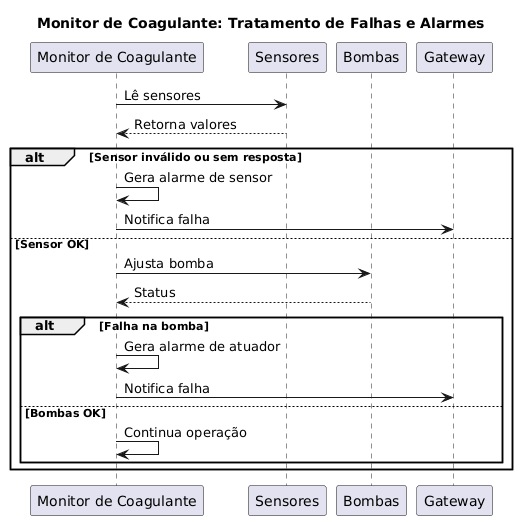
Before: Documentação Monitor/Alarmes.png, a diagram exported from PlantUML (Monique-HidroSolo/plantuml).
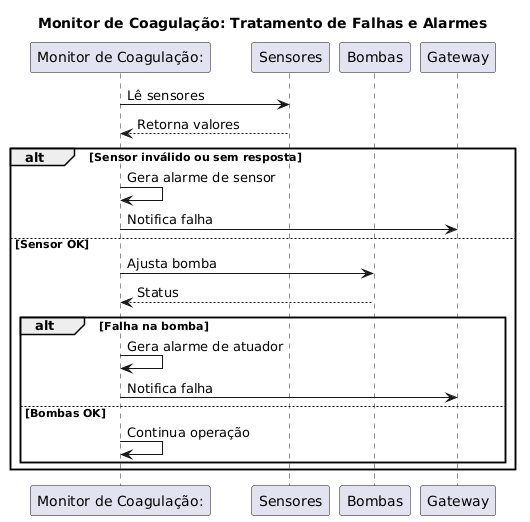
The same diagram one commit later.

What changed in the source:
```diff
@@ -1,7 +1,7 @@
 @startuml
-title Monitor de Coagulante: Tratamento de Falhas e Alarmes
+title Monitor de Coagulação: Tratamento de Falhas e Alarmes
 
-participant "Monitor de Coagulante" as MC
+participant "Monitor de Coagulação:" as MC
 participant Sensores as S
 participant "Bombas" as B
 participant Gateway as GW
```
